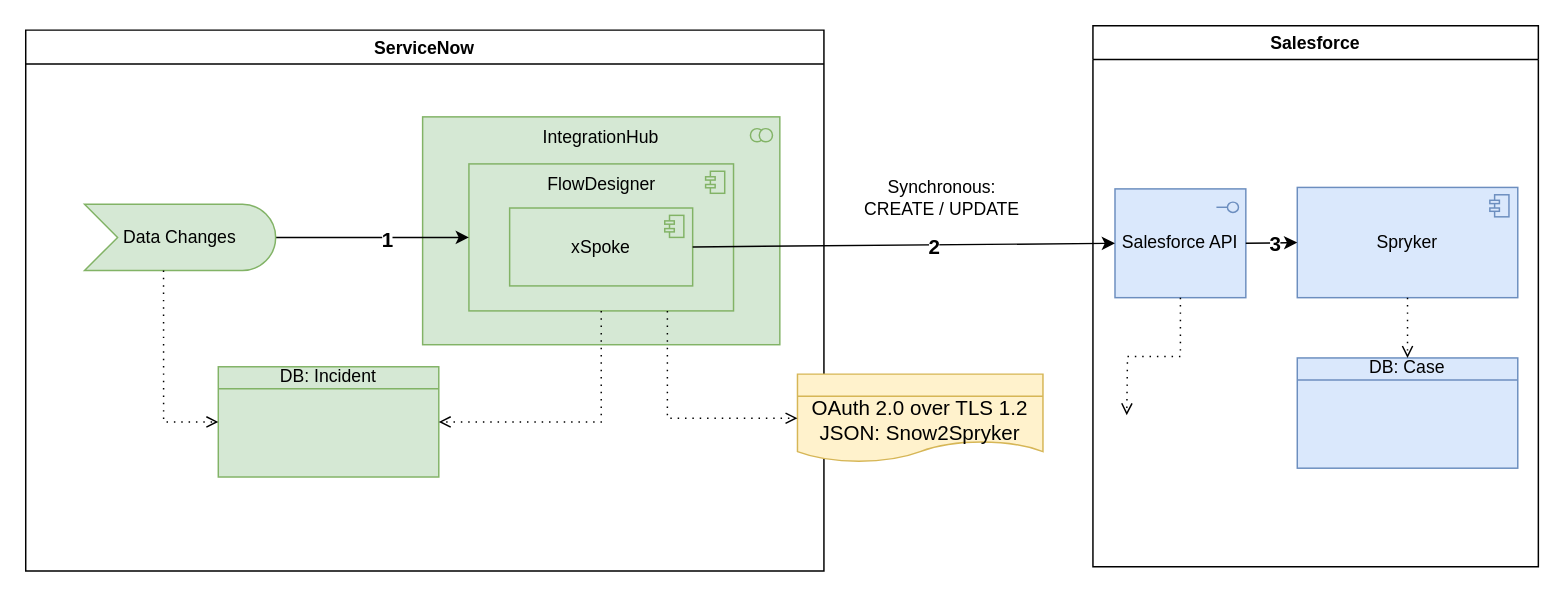
Before: page "Snow2Spryker" (1 of 3) of SNowSpryker.drawio in algimas/tmp, a draw.io diagram. Source tidied: cells renumbered, new cells numbered last; positions are measured from the earlier drawing's top-left corner, leaving out a move shared by most shapes. Both pictures are drawn from the tidied source at 147%, with x=0, y=0 at pixel (25, 25).
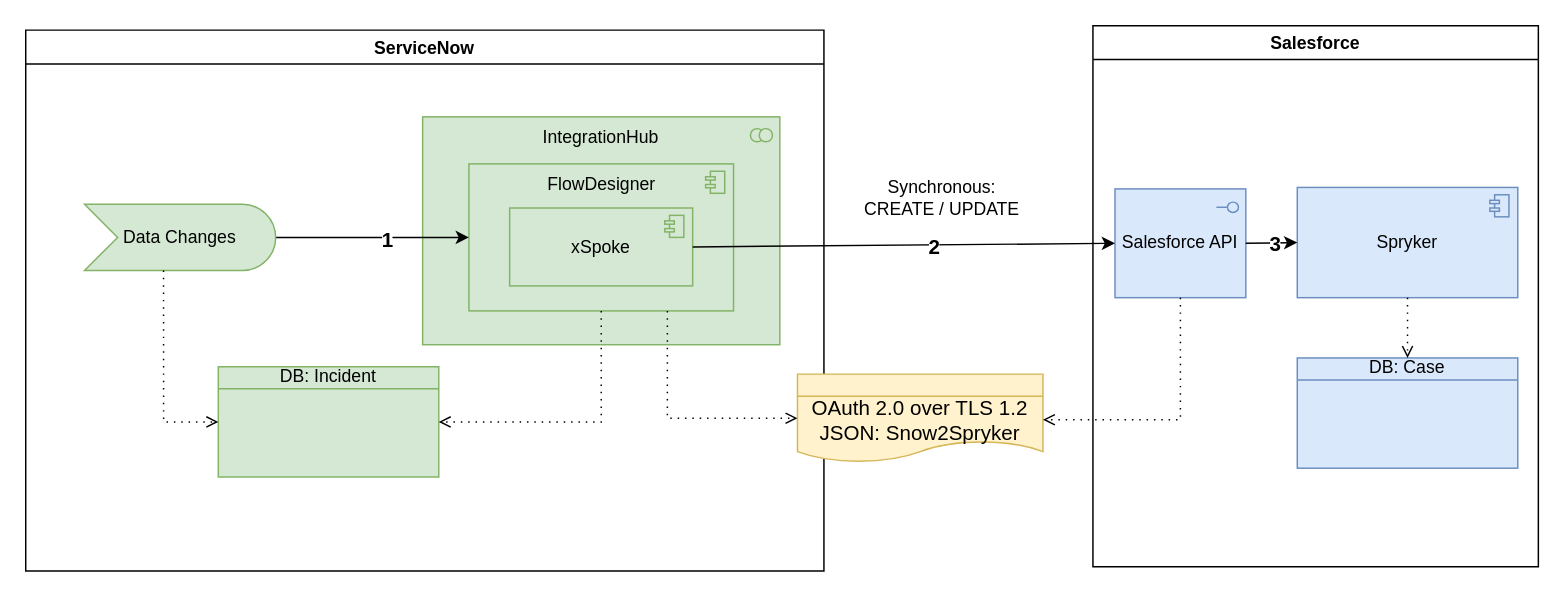
The same diagram, later.

Unchanged cells that the change refers to:
```xml
<mxCell id="4" value="Salesforce API" style="html=1;outlineConnect=0;whiteSpace=wrap;fillColor=#dae8fc;shape=mxgraph.archimate3.application;appType=interface;archiType=square;strokeColor=#6c8ebf;" parent="2" vertex="1">
  <mxGeometry x="15" y="111" width="89" height="74" as="geometry" />
</mxCell>
<mxCell id="21" value="OAuth 2.0 over TLS 1.2&lt;br&gt;&lt;div&gt;JSON: Snow2Spryker&lt;/div&gt;" style="html=1;outlineConnect=0;whiteSpace=wrap;fillColor=#fff2cc;shape=mxgraph.archimate3.representation;fontSize=14;align=center;strokeColor=#d6b656;" parent="1" vertex="1">
  <mxGeometry x="525" y="237" width="167" height="62" as="geometry" />
</mxCell>
```

Diff of the diagram source:
```diff
@@
-    <mxCell id="23" style="edgeStyle=orthogonalEdgeStyle;html=1;endArrow=open;elbow=vertical;endFill=0;dashed=1;dashPattern=1 4;rounded=0;exitX=0.5;exitY=1;exitDx=0;exitDy=0;exitPerimeter=0;entryX=1;entryY=0.5;entryDx=0;entryDy=0;entryPerimeter=0;fillColor=#80b6a1;" parent="1" edge="1" source="4">
-      <mxGeometry relative="1" as="geometry">
-        <mxPoint x="749" y="265" as="targetPoint" />
-      </mxGeometry>
+    <mxCell id="23" style="edgeStyle=orthogonalEdgeStyle;html=1;endArrow=open;elbow=vertical;endFill=0;dashed=1;dashPattern=1 4;rounded=0;exitX=0.5;exitY=1;exitDx=0;exitDy=0;exitPerimeter=0;entryX=1;entryY=0.5;entryDx=0;entryDy=0;entryPerimeter=0;fillColor=#80b6a1;" parent="1" edge="1" source="4" target="21">
+      <mxGeometry relative="1" as="geometry" />
     </mxCell>
```
